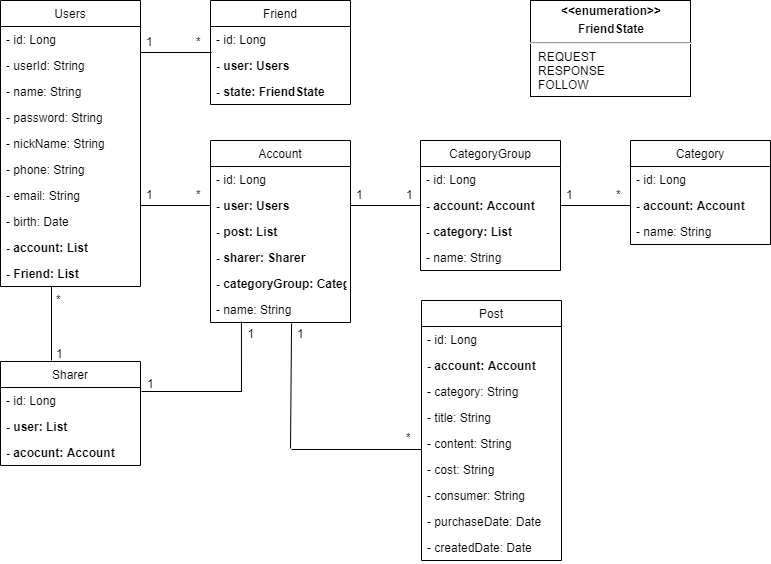
Earlier version of the draw.io export image/UML.png (Kpearl/gongbu_server). Source tidied: cells renumbered, new cells last; positions are measured from the earlier drawing's top-left corner, leaving out a move shared by most shapes.
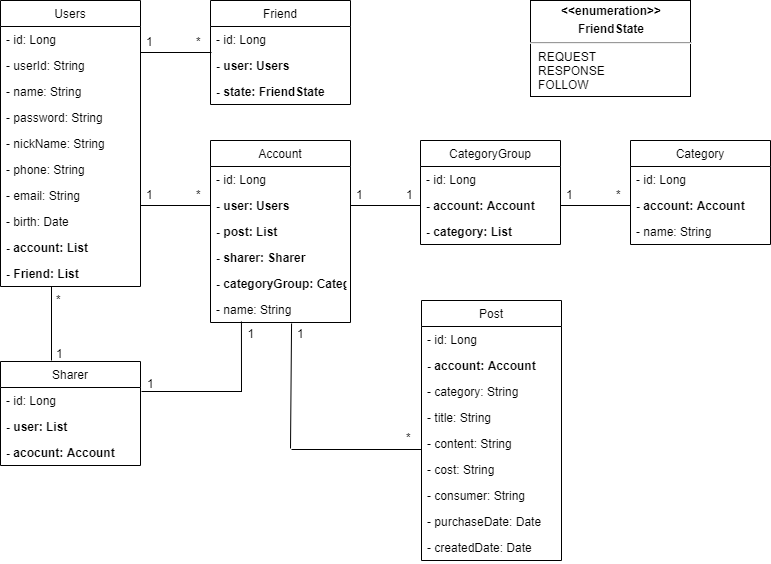
The same diagram one commit later.

Diff of the diagram source:
```diff
@@ -113,7 +113,7 @@
       <mxGeometry y="156" width="140" height="26" as="geometry" />
     </mxCell>
     <mxCell id="37" value="CategoryGroup" style="swimlane;fontStyle=0;horizontal=1;startSize=26;fillColor=none;" parent="1" vertex="1">
-      <mxGeometry x="420" y="140" width="140" height="130" as="geometry" />
+      <mxGeometry x="420" y="140" width="140" height="104" as="geometry" />
     </mxCell>
     <mxCell id="38" value="- id: Long" style="text;strokeColor=none;fillColor=none;align=left;verticalAlign=top;spacingLeft=4;spacingRight=4;overflow=hidden;" parent="37" vertex="1">
       <mxGeometry y="26" width="140" height="26" as="geometry" />
@@ -124,9 +124,6 @@
     <mxCell id="40" value="- category: List" style="text;strokeColor=none;fillColor=none;align=left;verticalAlign=top;spacingLeft=4;spacingRight=4;overflow=hidden;fontStyle=1;" parent="37" vertex="1">
       <mxGeometry y="78" width="140" height="26" as="geometry" />
     </mxCell>
-    <mxCell id="41" value="- name: String" style="text;strokeColor=none;fillColor=none;align=left;verticalAlign=top;spacingLeft=4;spacingRight=4;overflow=hidden;" parent="37" vertex="1">
-      <mxGeometry y="104" width="140" height="26" as="geometry" />
-    </mxCell>
     <mxCell id="42" value="Category" style="swimlane;fontStyle=0;horizontal=1;startSize=26;fillColor=none;" parent="1" vertex="1">
       <mxGeometry x="630" y="140" width="140" height="104" as="geometry" />
     </mxCell>
```
